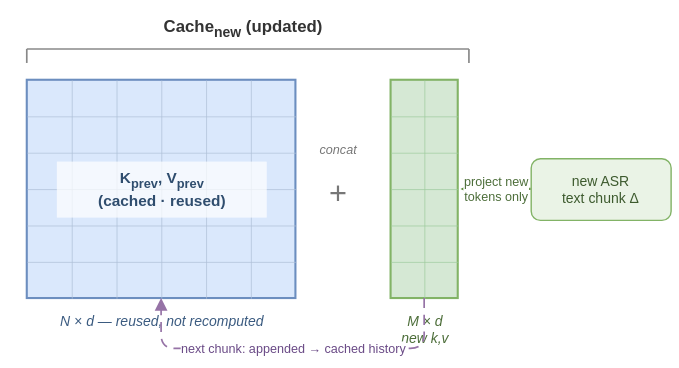
Earlier version of the draw.io export paper/tougao/attach/drawprompt/pic5.drawio.svg (hua0424/streamllm). Source tidied: cells renumbered, new cells last; positions are measured from the earlier drawing's top-left corner, leaving out a move shared by most shapes.
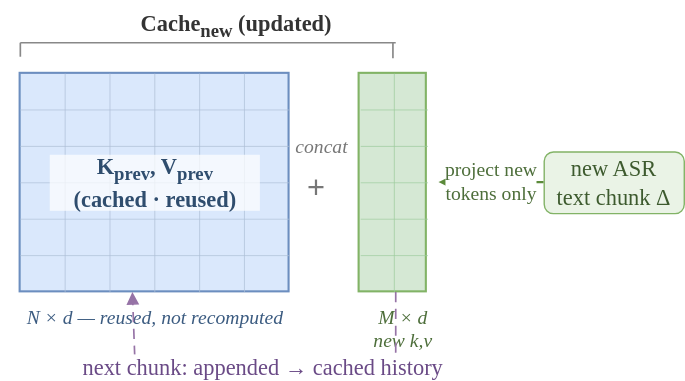
Later version of the same file.

The edit, as a diff of the source:
```diff
@@ -2,13 +2,13 @@
   <root>
     <mxCell id="0" />
     <mxCell id="1" parent="0" />
-    <mxCell id="2" value="Cache&lt;sub&gt;new&lt;/sub&gt; (updated)" style="text;html=1;align=center;fontSize=12;fontStyle=1;fontColor=#333333;" parent="1" vertex="1">
+    <mxCell id="2" value="&lt;font face=&quot;Times New Roman&quot; style=&quot;font-size: 16px;&quot;&gt;Cache&lt;sub&gt;new&lt;/sub&gt; (updated)&lt;/font&gt;" style="text;html=1;align=center;fontSize=12;fontStyle=1;fontColor=#333333;" parent="1" vertex="1">
       <mxGeometry x="8" width="320" height="18" as="geometry" />
     </mxCell>
     <mxCell id="3" style="endArrow=none;startArrow=none;html=1;strokeColor=#888888;strokeWidth=1.2;" parent="1" edge="1">
       <mxGeometry relative="1" as="geometry">
         <mxPoint x="14" y="30" as="sourcePoint" />
-        <mxPoint x="330" y="30" as="targetPoint" />
+        <mxPoint x="282" y="30" as="targetPoint" />
       </mxGeometry>
     </mxCell>
     <mxCell id="4" style="endArrow=none;startArrow=none;html=1;strokeColor=#888888;strokeWidth=1.2;" parent="1" edge="1">
@@ -19,8 +19,8 @@
     </mxCell>
     <mxCell id="5" style="endArrow=none;startArrow=none;html=1;strokeColor=#888888;strokeWidth=1.2;" parent="1" edge="1">
       <mxGeometry relative="1" as="geometry">
-        <mxPoint x="330" y="30" as="sourcePoint" />
-        <mxPoint x="330" y="40" as="targetPoint" />
+        <mxPoint x="280" y="30" as="sourcePoint" />
+        <mxPoint x="280" y="41" as="targetPoint" />
       </mxGeometry>
     </mxCell>
     <mxCell id="6" style="rounded=0;whiteSpace=wrap;html=1;fillColor=#dae8fc;strokeColor=#6c8ebf;strokeWidth=1.5;" parent="1" vertex="1">
@@ -86,76 +86,75 @@
         <mxPoint x="206" y="182" as="targetPoint" />
       </mxGeometry>
     </mxCell>
-    <mxCell id="17" value="K&lt;sub&gt;prev&lt;/sub&gt;, V&lt;sub&gt;prev&lt;/sub&gt;&#10;(cached · reused)" style="rounded=0;html=1;fillColor=#ffffff;opacity=72;strokeColor=none;fontSize=11;fontStyle=1;fontColor=#2f4d6e;align=center;" parent="1" vertex="1">
+    <mxCell id="17" value="&lt;font face=&quot;Times New Roman&quot; style=&quot;font-size: 16px;&quot;&gt;K&lt;sub&gt;prev&lt;/sub&gt;, V&lt;sub&gt;prev&lt;/sub&gt;&lt;br&gt;(cached · reused)&lt;/font&gt;" style="rounded=0;html=1;fillColor=#ffffff;opacity=72;strokeColor=none;fontSize=11;fontStyle=1;fontColor=#2f4d6e;align=center;" parent="1" vertex="1">
       <mxGeometry x="35" y="110" width="150" height="40" as="geometry" />
     </mxCell>
-    <mxCell id="18" value="N × d  —  reused, not recomputed" style="text;html=1;align=center;fontSize=10;fontStyle=2;fontColor=#3b5b80;" parent="1" vertex="1">
+    <mxCell id="18" value="&lt;font face=&quot;Times New Roman&quot; style=&quot;font-size: 14px;&quot;&gt;N × d  —  reused, not recomputed&lt;/font&gt;" style="text;html=1;align=center;fontSize=10;fontStyle=2;fontColor=#3b5b80;" parent="1" vertex="1">
       <mxGeometry y="212" width="220" height="14" as="geometry" />
     </mxCell>
     <mxCell id="19" value="+" style="text;html=1;align=center;fontSize=22;fontColor=#777777;" parent="1" vertex="1">
-      <mxGeometry x="221" y="114" width="30" height="30" as="geometry" />
+      <mxGeometry x="210" y="114" width="30" height="30" as="geometry" />
     </mxCell>
-    <mxCell id="20" value="concat" style="text;html=1;align=center;fontSize=9;fontStyle=2;fontColor=#777777;" parent="1" vertex="1">
-      <mxGeometry x="216" y="90" width="40" height="12" as="geometry" />
+    <mxCell id="20" value="&lt;font face=&quot;Times New Roman&quot; style=&quot;font-size: 14px;&quot;&gt;concat&lt;/font&gt;" style="text;html=1;align=center;fontSize=9;fontStyle=2;fontColor=#777777;" parent="1" vertex="1">
+      <mxGeometry x="209" y="90" width="40" height="12" as="geometry" />
     </mxCell>
     <mxCell id="21" style="rounded=0;whiteSpace=wrap;html=1;fillColor=#d5e8d4;strokeColor=#82b366;strokeWidth=1.5;" parent="1" vertex="1">
-      <mxGeometry x="274" y="52" width="48" height="156" as="geometry" />
+      <mxGeometry x="256" y="52" width="48" height="156" as="geometry" />
     </mxCell>
     <mxCell id="22" style="endArrow=none;html=1;strokeColor=#9ccb9c;strokeWidth=0.5;" parent="1" edge="1">
       <mxGeometry relative="1" as="geometry">
-        <mxPoint x="298" y="52" as="sourcePoint" />
-        <mxPoint x="298" y="208" as="targetPoint" />
+        <mxPoint x="281" y="52" as="sourcePoint" />
+        <mxPoint x="281" y="208" as="targetPoint" />
       </mxGeometry>
     </mxCell>
     <mxCell id="23" style="endArrow=none;html=1;strokeColor=#9ccb9c;strokeWidth=0.5;" parent="1" edge="1">
       <mxGeometry relative="1" as="geometry">
-        <mxPoint x="274" y="78" as="sourcePoint" />
-        <mxPoint x="322" y="78" as="targetPoint" />
+        <mxPoint x="257" y="78" as="sourcePoint" />
+        <mxPoint x="305" y="78" as="targetPoint" />
       </mxGeometry>
     </mxCell>
     <mxCell id="24" style="endArrow=none;html=1;strokeColor=#9ccb9c;strokeWidth=0.5;" parent="1" edge="1">
       <mxGeometry relative="1" as="geometry">
-        <mxPoint x="274" y="104" as="sourcePoint" />
-        <mxPoint x="322" y="104" as="targetPoint" />
+        <mxPoint x="257" y="104" as="sourcePoint" />
+        <mxPoint x="305" y="104" as="targetPoint" />
       </mxGeometry>
     </mxCell>
     <mxCell id="25" style="endArrow=none;html=1;strokeColor=#9ccb9c;strokeWidth=0.5;" parent="1" edge="1">
       <mxGeometry relative="1" as="geometry">
-        <mxPoint x="274" y="130" as="sourcePoint" />
-        <mxPoint x="322" y="130" as="targetPoint" />
+        <mxPoint x="257" y="130" as="sourcePoint" />
+        <mxPoint x="305" y="130" as="targetPoint" />
       </mxGeometry>
     </mxCell>
     <mxCell id="26" style="endArrow=none;html=1;strokeColor=#9ccb9c;strokeWidth=0.5;" parent="1" edge="1">
       <mxGeometry relative="1" as="geometry">
-        <mxPoint x="274" y="156" as="sourcePoint" />
-        <mxPoint x="322" y="156" as="targetPoint" />
+        <mxPoint x="257" y="156" as="sourcePoint" />
+        <mxPoint x="305" y="156" as="targetPoint" />
       </mxGeometry>
     </mxCell>
     <mxCell id="27" style="endArrow=none;html=1;strokeColor=#9ccb9c;strokeWidth=0.5;" parent="1" edge="1">
       <mxGeometry relative="1" as="geometry">
-        <mxPoint x="274" y="182" as="sourcePoint" />
-        <mxPoint x="322" y="182" as="targetPoint" />
+        <mxPoint x="257" y="182" as="sourcePoint" />
+        <mxPoint x="305" y="182" as="targetPoint" />
       </mxGeometry>
     </mxCell>
-    <mxCell id="28" value="M × d&#10;new k,v" style="text;html=1;align=center;fontSize=10;fontStyle=2;fontColor=#4d6e3a;" parent="1" vertex="1">
-      <mxGeometry x="258" y="212" width="80" height="26" as="geometry" />
+    <mxCell id="28" value="&lt;font face=&quot;Times New Roman&quot; style=&quot;font-size: 14px;&quot;&gt;M × d&lt;br&gt;new k,v&lt;/font&gt;" style="text;html=1;align=center;fontSize=10;fontStyle=2;fontColor=#4d6e3a;" parent="1" vertex="1">
+      <mxGeometry x="247" y="212" width="80" height="26" as="geometry" />
     </mxCell>
-    <mxCell id="29" value="new ASR&#10;text chunk Δ" style="rounded=1;whiteSpace=wrap;html=1;fillColor=#eaf3e6;strokeColor=#82b366;fontSize=10;fontColor=#3d5a2e;" parent="1" vertex="1">
-      <mxGeometry x="374" y="108" width="100" height="44" as="geometry" />
+    <mxCell id="29" value="&lt;font face=&quot;Times New Roman&quot; style=&quot;font-size: 16px;&quot;&gt;new ASR&lt;br&gt;text chunk Δ&lt;/font&gt;" style="rounded=1;whiteSpace=wrap;html=1;fillColor=#eaf3e6;strokeColor=#82b366;fontSize=10;fontColor=#3d5a2e;" parent="1" vertex="1">
+      <mxGeometry x="388" y="108" width="100" height="44" as="geometry" />
     </mxCell>
-    <mxCell id="30" value="project new&#10;tokens only" style="endArrow=block;html=1;strokeColor=#5b8a3a;strokeWidth=1.5;fontSize=9;fontColor=#4d6e3a;" parent="1" edge="1">
+    <mxCell id="30" value="&lt;font face=&quot;Times New Roman&quot; style=&quot;font-size: 14px;&quot;&gt;project new&lt;br&gt;tokens only&lt;/font&gt;" style="endArrow=block;html=1;strokeColor=#5b8a3a;strokeWidth=1.5;fontSize=9;fontColor=#4d6e3a;exitX=0;exitY=0.5;exitDx=0;exitDy=0;" parent="1" edge="1" source="29">
       <mxGeometry relative="1" as="geometry">
-        <mxPoint x="374" y="130" as="sourcePoint" />
-        <mxPoint x="324" y="130" as="targetPoint" />
+        <mxPoint x="313" y="130" as="targetPoint" />
       </mxGeometry>
     </mxCell>
-    <mxCell id="31" value="next chunk: appended → cached history" style="endArrow=block;html=1;strokeColor=#9673a6;strokeWidth=1.2;dashed=1;dashPattern=6 4;rounded=1;fontSize=9;fontColor=#6a4a86;" parent="1" edge="1">
+    <mxCell id="31" value="&lt;font face=&quot;Times New Roman&quot; style=&quot;font-size: 16px;&quot;&gt;next chunk: appended → cached history&lt;/font&gt;" style="endArrow=block;html=1;strokeColor=#9673a6;strokeWidth=1.2;dashed=1;dashPattern=6 4;rounded=1;fontSize=9;fontColor=#6a4a86;" parent="1" edge="1">
       <mxGeometry relative="1" as="geometry">
-        <mxPoint x="298" y="208" as="sourcePoint" />
-        <mxPoint x="110" y="208" as="targetPoint" />
+        <mxPoint x="282" y="208" as="sourcePoint" />
+        <mxPoint x="94" y="208" as="targetPoint" />
         <Array as="points">
-          <mxPoint x="298" y="244" />
-          <mxPoint x="110" y="244" />
+          <mxPoint x="282" y="260" />
+          <mxPoint x="96" y="263" />
         </Array>
       </mxGeometry>
     </mxCell>
```
